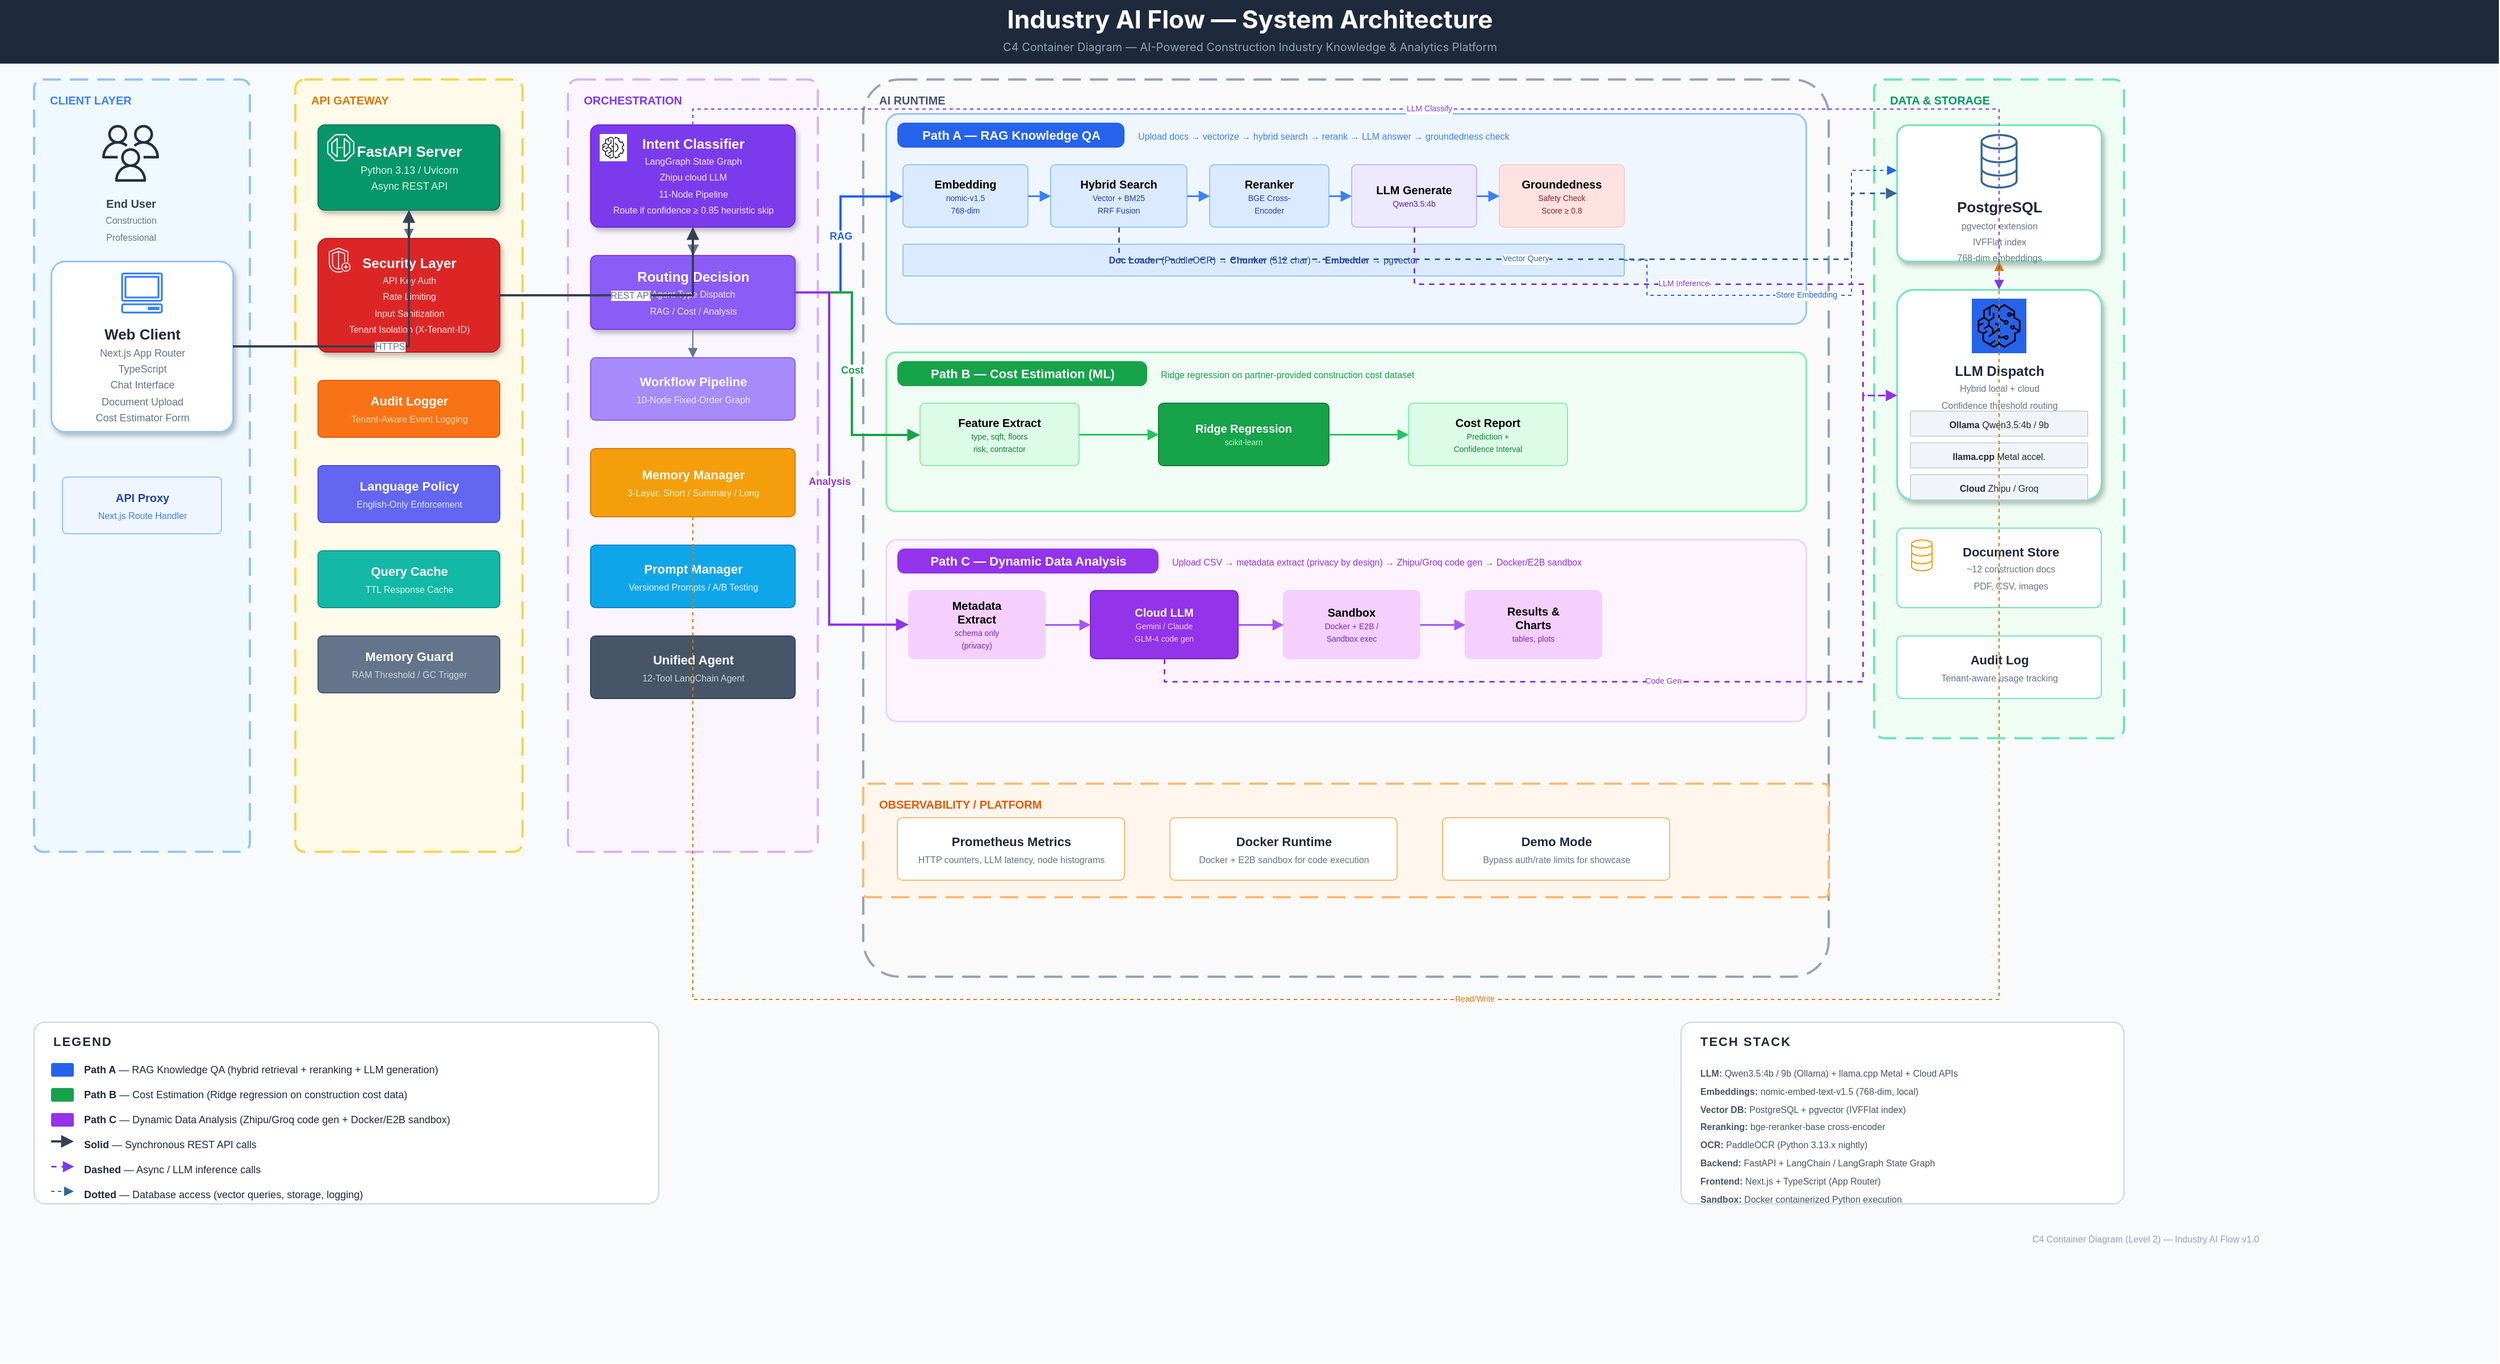
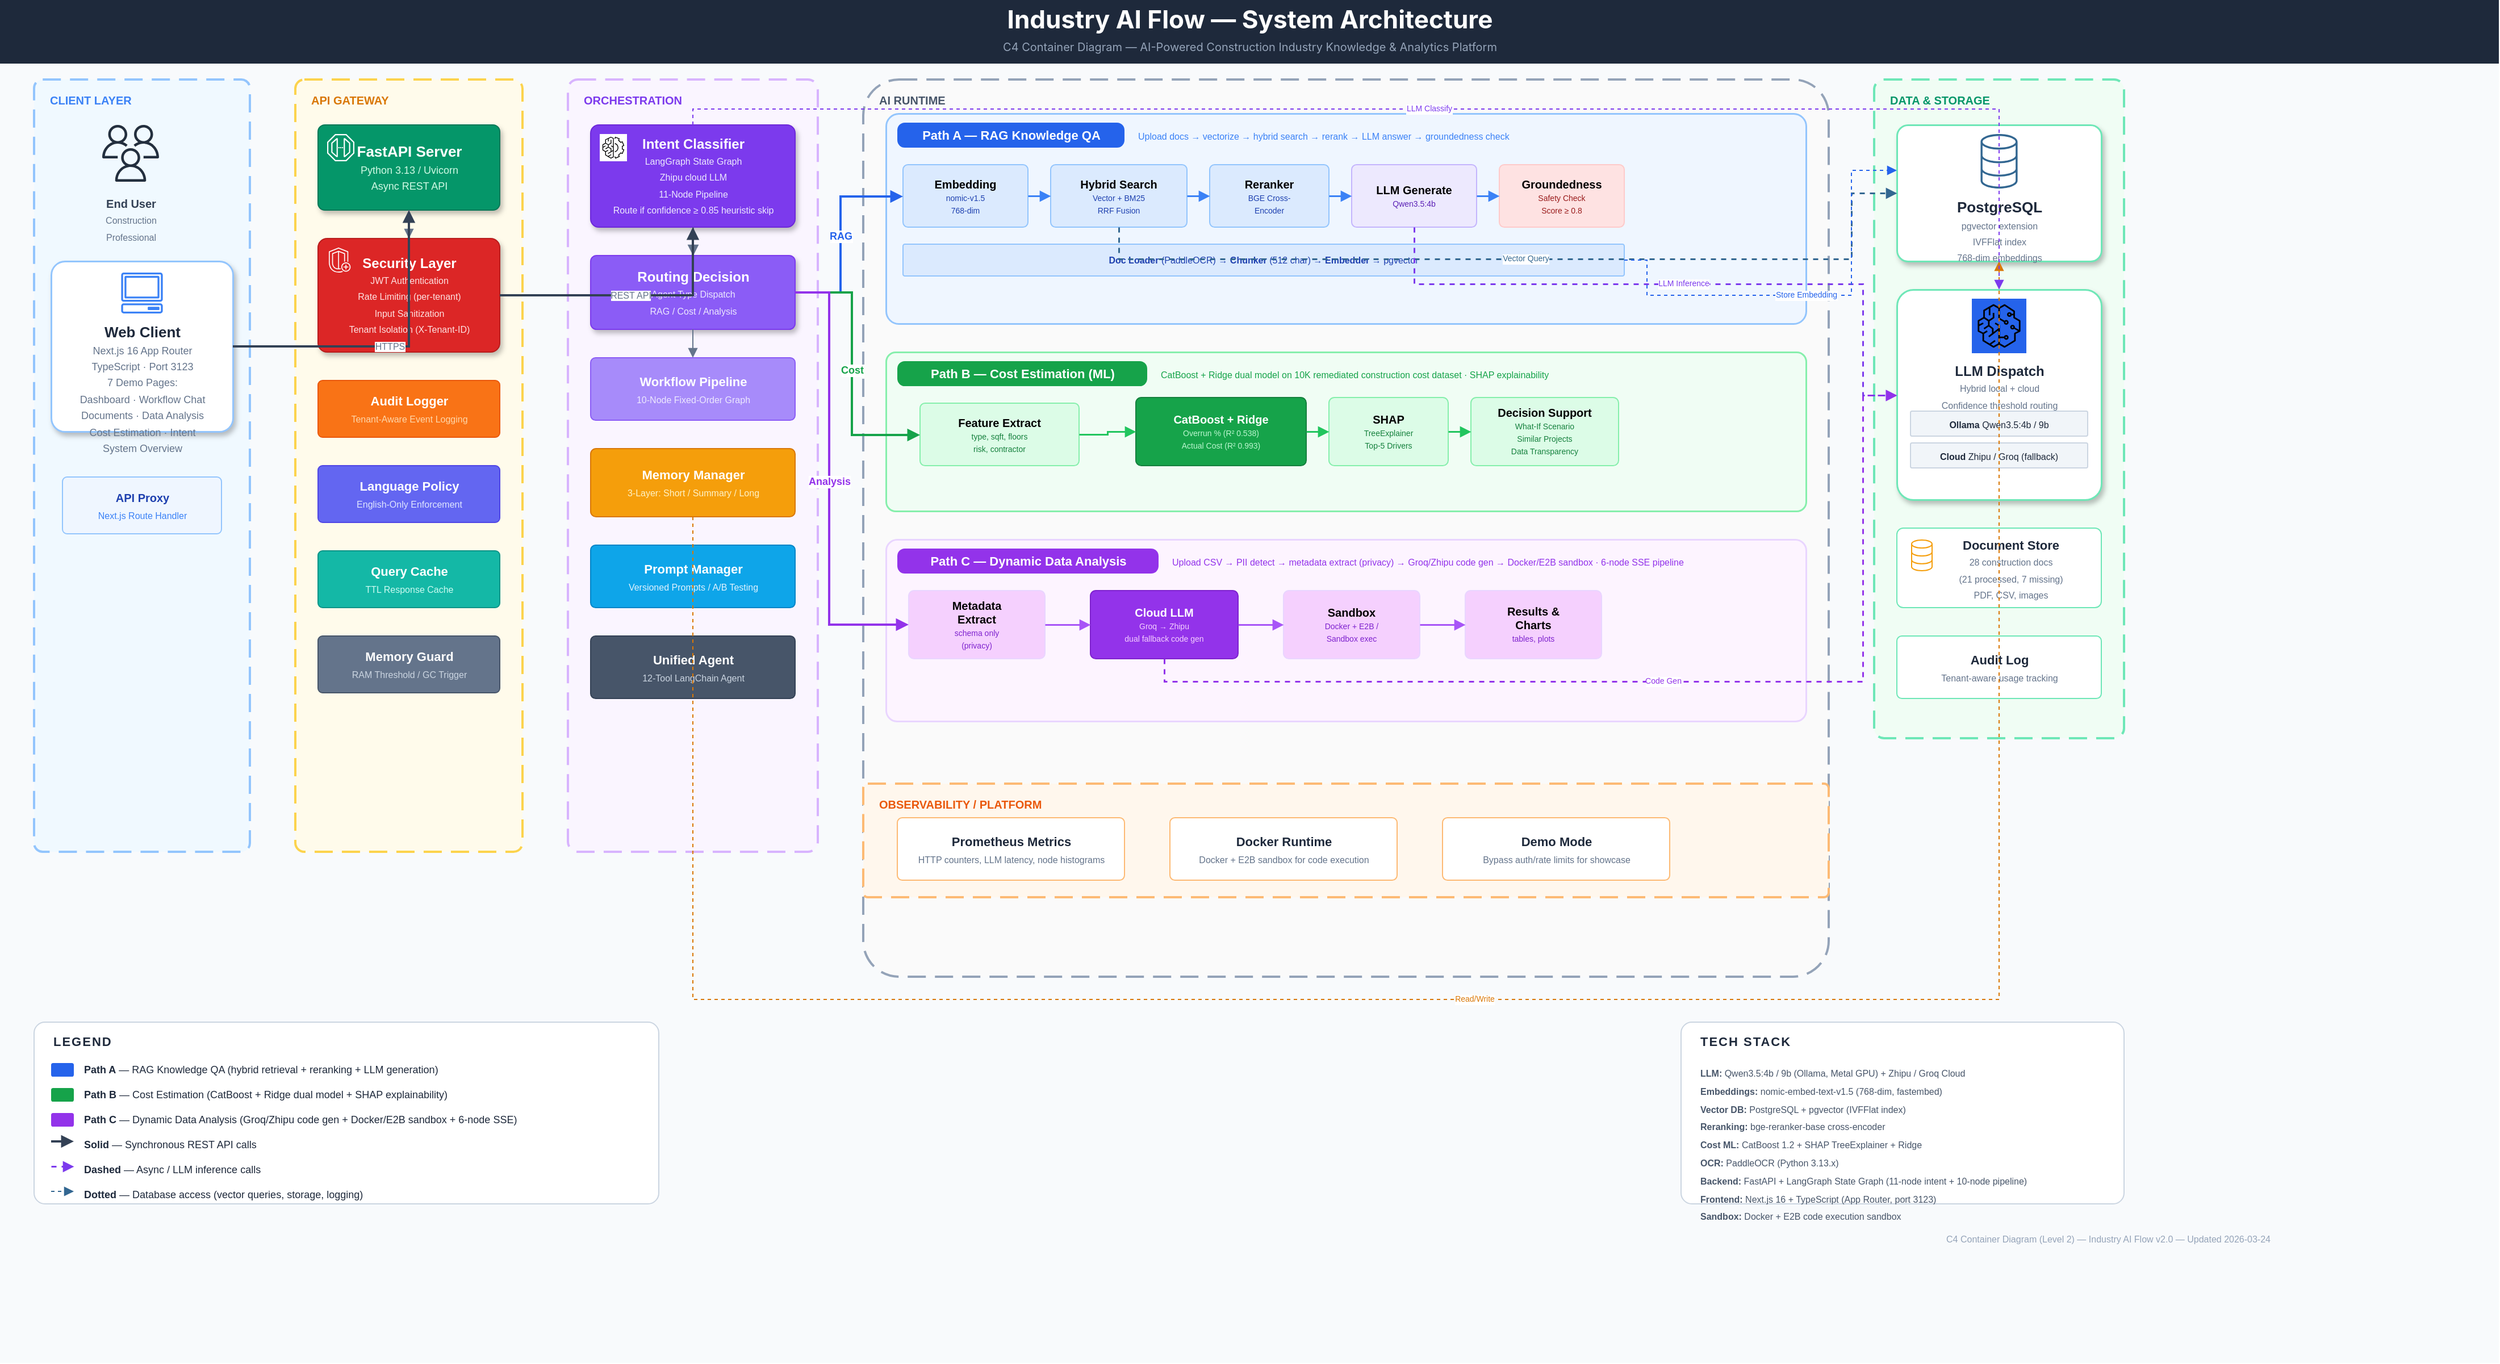
- <mxfile host="app.diagrams.net" modified="2026-03-04T18:00:00.000Z" agent="Claude Code" version="24.7.12" type="device">
+ <mxfile host="app.diagrams.net" modified="2026-03-24T02:50:00.000Z" agent="Claude Code" version="24.7.12" type="device">
  <diagram id="c4-container" name="C4 Container — System Architecture">
    <mxGraphModel dx="0" dy="0" grid="1" gridSize="10" guides="1" tooltips="1" connect="1" arrows="1" fold="1" page="1" pageScale="1" pageWidth="2200" pageHeight="1200" math="0" shadow="0">
      <root>
        <mxCell id="0"/>
        <mxCell id="1" parent="0"/>

        <!-- ===== BACKGROUND ===== -->
        <mxCell id="bg" value="" style="rounded=0;whiteSpace=wrap;html=1;fillColor=#F8FAFC;strokeColor=none;shadow=0;" vertex="1" parent="1">
          <mxGeometry x="0" y="0" width="2200" height="1200" as="geometry"/>
        </mxCell>

        <!-- ===== TITLE BAR ===== -->
        <mxCell id="title-bar" value="" style="rounded=0;whiteSpace=wrap;html=1;fillColor=#1E293B;strokeColor=none;" vertex="1" parent="1">
          <mxGeometry x="0" y="0" width="2200" height="56" as="geometry"/>
        </mxCell>
        <mxCell id="title" value="Industry AI Flow — System Architecture" style="text;html=1;strokeColor=none;fillColor=none;align=center;verticalAlign=middle;fontSize=22;fontStyle=1;fontColor=#FFFFFF;fontFamily=Inter,Helvetica;" vertex="1" parent="1">
          <mxGeometry x="500" y="2" width="1200" height="30" as="geometry"/>
        </mxCell>
        <mxCell id="subtitle" value="C4 Container Diagram — AI-Powered Construction Industry Knowledge &amp; Analytics Platform" style="text;html=1;strokeColor=none;fillColor=none;align=center;verticalAlign=middle;fontSize=10;fontColor=#94A3B8;fontFamily=Inter,Helvetica;" vertex="1" parent="1">
          <mxGeometry x="550" y="30" width="1100" height="20" as="geometry"/>
        </mxCell>

        <!-- ================================================================ -->
        <!-- CONTAINER 1: CLIENT LAYER                                        -->
        <!-- ================================================================ -->
        <mxCell id="c1-boundary" value="" style="rounded=1;whiteSpace=wrap;html=1;dashed=1;dashPattern=8 4;fillColor=#F0F9FF;strokeColor=#93C5FD;strokeWidth=2;arcSize=4;" vertex="1" parent="1">
          <mxGeometry x="30" y="70" width="190" height="680" as="geometry"/>
        </mxCell>
        <mxCell id="c1-label" value="CLIENT LAYER" style="text;html=1;strokeColor=none;fillColor=none;align=left;verticalAlign=top;fontSize=10;fontStyle=1;fontColor=#3B82F6;letterSpacing=2;" vertex="1" parent="1">
          <mxGeometry x="42" y="76" width="160" height="18" as="geometry"/>
        </mxCell>

        <!-- Person icon -->
        <mxCell id="person" value="" style="shape=mxgraph.aws4.users;fillColor=#232F3E;strokeColor=none;" vertex="1" parent="1">
          <mxGeometry x="90" y="110" width="50" height="50" as="geometry"/>
        </mxCell>
        <mxCell id="person-label" value="&lt;font style=&quot;font-size:10px;color:#334155&quot;&gt;&lt;b&gt;End User&lt;/b&gt;&lt;br&gt;&lt;font color=&quot;#64748B&quot; style=&quot;font-size:8px&quot;&gt;Construction&lt;br&gt;Professional&lt;/font&gt;&lt;/font&gt;" style="text;html=1;strokeColor=none;fillColor=none;align=center;verticalAlign=top;" vertex="1" parent="1">
          <mxGeometry x="55" y="165" width="120" height="40" as="geometry"/>
        </mxCell>

        <!-- Web Client -->
        <mxCell id="client-box" value="" style="rounded=1;whiteSpace=wrap;html=1;fillColor=#FFFFFF;strokeColor=#93C5FD;strokeWidth=1.5;arcSize=8;shadow=1;" vertex="1" parent="1">
          <mxGeometry x="45" y="230" width="160" height="150" as="geometry"/>
        </mxCell>
        <mxCell id="client-icon" value="" style="shape=mxgraph.aws4.client;fillColor=#3B82F6;strokeColor=none;" vertex="1" parent="1">
          <mxGeometry x="100" y="240" width="50" height="36" as="geometry"/>
        </mxCell>
-         <mxCell id="client-label" value="&lt;b style=&quot;font-size:13px;color:#1E293B&quot;&gt;Web Client&lt;/b&gt;&lt;br&gt;&lt;font style=&quot;font-size:9px;color:#64748B&quot;&gt;Next.js App Router&lt;br&gt;TypeScript&lt;br&gt;Chat Interface&lt;br&gt;Document Upload&lt;br&gt;Cost Estimator Form&lt;/font&gt;" style="text;html=1;strokeColor=none;fillColor=none;align=center;verticalAlign=top;" vertex="1" parent="1">
-           <mxGeometry x="50" y="280" width="150" height="90" as="geometry"/>
+         <mxCell id="client-label" value="&lt;b style=&quot;font-size:13px;color:#1E293B&quot;&gt;Web Client&lt;/b&gt;&lt;br&gt;&lt;font style=&quot;font-size:9px;color:#64748B&quot;&gt;Next.js 16 App Router&lt;br&gt;TypeScript · Port 3123&lt;br&gt;7 Demo Pages:&lt;br&gt;Dashboard · Workflow Chat&lt;br&gt;Documents · Data Analysis&lt;br&gt;Cost Estimation · Intent&lt;br&gt;System Overview&lt;/font&gt;" style="text;html=1;strokeColor=none;fillColor=none;align=center;verticalAlign=top;" vertex="1" parent="1">
+           <mxGeometry x="42" y="278" width="165" height="120" as="geometry"/>
        </mxCell>

        <!-- API Proxy -->
        <mxCell id="proxy-box" value="" style="rounded=1;whiteSpace=wrap;html=1;fillColor=#EFF6FF;strokeColor=#93C5FD;strokeWidth=1;arcSize=8;" vertex="1" parent="1">
          <mxGeometry x="55" y="420" width="140" height="50" as="geometry"/>
        </mxCell>
        <mxCell id="proxy-label" value="&lt;b style=&quot;font-size:10px;color:#1E40AF&quot;&gt;API Proxy&lt;/b&gt;&lt;br&gt;&lt;font style=&quot;font-size:8px;color:#3B82F6&quot;&gt;Next.js Route Handler&lt;/font&gt;" style="text;html=1;strokeColor=none;fillColor=none;align=center;verticalAlign=middle;" vertex="1" parent="1">
          <mxGeometry x="55" y="420" width="140" height="50" as="geometry"/>
        </mxCell>

        <!-- ================================================================ -->
        <!-- CONTAINER 2: API GATEWAY                                         -->
        <!-- ================================================================ -->
        <mxCell id="c2-boundary" value="" style="rounded=1;whiteSpace=wrap;html=1;dashed=1;dashPattern=8 4;fillColor=#FFFBEB;strokeColor=#FCD34D;strokeWidth=2;arcSize=4;" vertex="1" parent="1">
          <mxGeometry x="260" y="70" width="200" height="680" as="geometry"/>
        </mxCell>
        <mxCell id="c2-label" value="API GATEWAY" style="text;html=1;strokeColor=none;fillColor=none;align=left;verticalAlign=top;fontSize=10;fontStyle=1;fontColor=#D97706;letterSpacing=2;" vertex="1" parent="1">
          <mxGeometry x="272" y="76" width="160" height="18" as="geometry"/>
        </mxCell>

        <!-- FastAPI -->
        <mxCell id="fastapi-box" value="" style="rounded=1;whiteSpace=wrap;html=1;fillColor=#059669;strokeColor=#047857;strokeWidth=1;arcSize=8;shadow=1;" vertex="1" parent="1">
          <mxGeometry x="280" y="110" width="160" height="75" as="geometry"/>
        </mxCell>
        <mxCell id="fastapi-icon" value="" style="shape=mxgraph.aws4.endpoint;fillColor=#FFFFFF;strokeColor=none;" vertex="1" parent="1">
          <mxGeometry x="288" y="118" width="24" height="24" as="geometry"/>
        </mxCell>
        <mxCell id="fastapi-label" value="&lt;b style=&quot;color:#FFFFFF;font-size:13px&quot;&gt;FastAPI Server&lt;/b&gt;&lt;br&gt;&lt;font style=&quot;font-size:9px;color:#D1FAE5&quot;&gt;Python 3.13 / Uvicorn&lt;br&gt;Async REST API&lt;/font&gt;" style="text;html=1;strokeColor=none;fillColor=none;align=center;verticalAlign=middle;" vertex="1" parent="1">
          <mxGeometry x="280" y="118" width="160" height="60" as="geometry"/>
        </mxCell>

        <!-- Security Layer -->
        <mxCell id="sec-box" value="" style="rounded=1;whiteSpace=wrap;html=1;fillColor=#DC2626;strokeColor=#B91C1C;strokeWidth=1;arcSize=8;shadow=1;" vertex="1" parent="1">
          <mxGeometry x="280" y="210" width="160" height="100" as="geometry"/>
        </mxCell>
        <mxCell id="sec-icon" value="" style="shape=mxgraph.aws4.shield;fillColor=#FFFFFF;strokeColor=none;" vertex="1" parent="1">
          <mxGeometry x="288" y="218" width="22" height="22" as="geometry"/>
        </mxCell>
-         <mxCell id="sec-label" value="&lt;b style=&quot;color:#FFFFFF;font-size:12px&quot;&gt;Security Layer&lt;/b&gt;&lt;br&gt;&lt;font style=&quot;font-size:8px;color:#FEE2E2&quot;&gt;API Key Auth&lt;br&gt;Rate Limiting&lt;br&gt;Input Sanitization&lt;br&gt;Tenant Isolation (X-Tenant-ID)&lt;/font&gt;" style="text;html=1;strokeColor=none;fillColor=none;align=center;verticalAlign=middle;" vertex="1" parent="1">
+         <mxCell id="sec-label" value="&lt;b style=&quot;color:#FFFFFF;font-size:12px&quot;&gt;Security Layer&lt;/b&gt;&lt;br&gt;&lt;font style=&quot;font-size:8px;color:#FEE2E2&quot;&gt;JWT Authentication&lt;br&gt;Rate Limiting (per-tenant)&lt;br&gt;Input Sanitization&lt;br&gt;Tenant Isolation (X-Tenant-ID)&lt;/font&gt;" style="text;html=1;strokeColor=none;fillColor=none;align=center;verticalAlign=middle;" vertex="1" parent="1">
          <mxGeometry x="280" y="214" width="160" height="92" as="geometry"/>
        </mxCell>

        <!-- Audit Logger -->
        <mxCell id="audit-gw-box" value="" style="rounded=1;whiteSpace=wrap;html=1;fillColor=#F97316;strokeColor=#EA580C;strokeWidth=1;arcSize=8;" vertex="1" parent="1">
          <mxGeometry x="280" y="335" width="160" height="50" as="geometry"/>
        </mxCell>
        <mxCell id="audit-gw-label" value="&lt;b style=&quot;color:#FFFFFF;font-size:11px&quot;&gt;Audit Logger&lt;/b&gt;&lt;br&gt;&lt;font style=&quot;font-size:8px;color:#FED7AA&quot;&gt;Tenant-Aware Event Logging&lt;/font&gt;" style="text;html=1;strokeColor=none;fillColor=none;align=center;verticalAlign=middle;" vertex="1" parent="1">
          <mxGeometry x="280" y="335" width="160" height="50" as="geometry"/>
        </mxCell>

        <!-- Language Policy -->
        <mxCell id="lang-box" value="" style="rounded=1;whiteSpace=wrap;html=1;fillColor=#6366F1;strokeColor=#4F46E5;strokeWidth=1;arcSize=8;" vertex="1" parent="1">
          <mxGeometry x="280" y="410" width="160" height="50" as="geometry"/>
        </mxCell>
        <mxCell id="lang-label" value="&lt;b style=&quot;color:#FFFFFF;font-size:11px&quot;&gt;Language Policy&lt;/b&gt;&lt;br&gt;&lt;font style=&quot;font-size:8px;color:#E0E7FF&quot;&gt;English-Only Enforcement&lt;/font&gt;" style="text;html=1;strokeColor=none;fillColor=none;align=center;verticalAlign=middle;" vertex="1" parent="1">
          <mxGeometry x="280" y="410" width="160" height="50" as="geometry"/>
        </mxCell>

        <!-- Query Cache -->
        <mxCell id="cache-gw-box" value="" style="rounded=1;whiteSpace=wrap;html=1;fillColor=#14B8A6;strokeColor=#0D9488;strokeWidth=1;arcSize=8;" vertex="1" parent="1">
          <mxGeometry x="280" y="485" width="160" height="50" as="geometry"/>
        </mxCell>
        <mxCell id="cache-gw-label" value="&lt;b style=&quot;color:#FFFFFF;font-size:11px&quot;&gt;Query Cache&lt;/b&gt;&lt;br&gt;&lt;font style=&quot;font-size:8px;color:#CCFBF1&quot;&gt;TTL Response Cache&lt;/font&gt;" style="text;html=1;strokeColor=none;fillColor=none;align=center;verticalAlign=middle;" vertex="1" parent="1">
          <mxGeometry x="280" y="485" width="160" height="50" as="geometry"/>
        </mxCell>

        <!-- Memory Guard -->
        <mxCell id="memguard-box" value="" style="rounded=1;whiteSpace=wrap;html=1;fillColor=#64748B;strokeColor=#475569;strokeWidth=1;arcSize=8;" vertex="1" parent="1">
          <mxGeometry x="280" y="560" width="160" height="50" as="geometry"/>
        </mxCell>
        <mxCell id="memguard-label" value="&lt;b style=&quot;color:#FFFFFF;font-size:11px&quot;&gt;Memory Guard&lt;/b&gt;&lt;br&gt;&lt;font style=&quot;font-size:8px;color:#CBD5E1&quot;&gt;RAM Threshold / GC Trigger&lt;/font&gt;" style="text;html=1;strokeColor=none;fillColor=none;align=center;verticalAlign=middle;" vertex="1" parent="1">
          <mxGeometry x="280" y="560" width="160" height="50" as="geometry"/>
        </mxCell>

        <!-- Gateway internal arrows -->
        <mxCell id="gw-a1" style="edgeStyle=orthogonalEdgeStyle;orthogonalLoop=1;html=1;endArrow=block;endFill=1;strokeColor=#64748B;strokeWidth=1;rounded=0;" edge="1" parent="1" source="fastapi-box" target="sec-box">
          <mxGeometry relative="1" as="geometry"/>
        </mxCell>

        <!-- ================================================================ -->
        <!-- CONTAINER 3: ORCHESTRATION LAYER                                 -->
        <!-- ================================================================ -->
        <mxCell id="c3-boundary" value="" style="rounded=1;whiteSpace=wrap;html=1;dashed=1;dashPattern=8 4;fillColor=#FAF5FF;strokeColor=#D8B4FE;strokeWidth=2;arcSize=4;" vertex="1" parent="1">
          <mxGeometry x="500" y="70" width="220" height="680" as="geometry"/>
        </mxCell>
        <mxCell id="c3-label" value="ORCHESTRATION" style="text;html=1;strokeColor=none;fillColor=none;align=left;verticalAlign=top;fontSize=10;fontStyle=1;fontColor=#7C3AED;letterSpacing=2;" vertex="1" parent="1">
          <mxGeometry x="512" y="76" width="180" height="18" as="geometry"/>
        </mxCell>

        <!-- Intent Classifier -->
        <mxCell id="intent-box" value="" style="rounded=1;whiteSpace=wrap;html=1;fillColor=#7C3AED;strokeColor=#6D28D9;strokeWidth=1;arcSize=8;shadow=1;" vertex="1" parent="1">
          <mxGeometry x="520" y="110" width="180" height="90" as="geometry"/>
        </mxCell>
        <mxCell id="intent-icon" value="" style="shape=mxgraph.aws4.resourceIcon;resIcon=mxgraph.aws4.machine_learning;fillColor=#FFFFFF;strokeColor=none;" vertex="1" parent="1">
          <mxGeometry x="528" y="118" width="24" height="24" as="geometry"/>
        </mxCell>
        <mxCell id="intent-label" value="&lt;b style=&quot;color:#FFFFFF;font-size:12px&quot;&gt;Intent Classifier&lt;/b&gt;&lt;br&gt;&lt;font style=&quot;font-size:8px;color:#EDE9FE&quot;&gt;LangGraph State Graph&lt;br&gt;Zhipu cloud LLM&lt;br&gt;11-Node Pipeline&lt;br&gt;Route if confidence &amp;ge; 0.85 heuristic skip&lt;/font&gt;" style="text;html=1;strokeColor=none;fillColor=none;align=center;verticalAlign=middle;" vertex="1" parent="1">
          <mxGeometry x="520" y="115" width="180" height="80" as="geometry"/>
        </mxCell>

        <!-- Routing Decision -->
        <mxCell id="route-box" value="" style="rounded=1;whiteSpace=wrap;html=1;fillColor=#8B5CF6;strokeColor=#7C3AED;strokeWidth=1;arcSize=8;shadow=1;" vertex="1" parent="1">
          <mxGeometry x="520" y="225" width="180" height="65" as="geometry"/>
        </mxCell>
        <mxCell id="route-label" value="&lt;b style=&quot;color:#FFFFFF;font-size:12px&quot;&gt;Routing Decision&lt;/b&gt;&lt;br&gt;&lt;font style=&quot;font-size:8px;color:#EDE9FE&quot;&gt;Agent Type Dispatch&lt;br&gt;RAG / Cost / Analysis&lt;/font&gt;" style="text;html=1;strokeColor=none;fillColor=none;align=center;verticalAlign=middle;" vertex="1" parent="1">
          <mxGeometry x="520" y="225" width="180" height="65" as="geometry"/>
        </mxCell>

        <!-- Workflow Pipeline -->
        <mxCell id="workflow-box" value="" style="rounded=1;whiteSpace=wrap;html=1;fillColor=#A78BFA;strokeColor=#8B5CF6;strokeWidth=1;arcSize=8;" vertex="1" parent="1">
          <mxGeometry x="520" y="315" width="180" height="55" as="geometry"/>
        </mxCell>
        <mxCell id="workflow-label" value="&lt;b style=&quot;color:#FFFFFF;font-size:11px&quot;&gt;Workflow Pipeline&lt;/b&gt;&lt;br&gt;&lt;font style=&quot;font-size:8px;color:#EDE9FE&quot;&gt;10-Node Fixed-Order Graph&lt;/font&gt;" style="text;html=1;strokeColor=none;fillColor=none;align=center;verticalAlign=middle;" vertex="1" parent="1">
          <mxGeometry x="520" y="315" width="180" height="55" as="geometry"/>
        </mxCell>

        <!-- Memory Manager -->
        <mxCell id="mem-box" value="" style="rounded=1;whiteSpace=wrap;html=1;fillColor=#F59E0B;strokeColor=#D97706;strokeWidth=1;arcSize=8;" vertex="1" parent="1">
          <mxGeometry x="520" y="395" width="180" height="60" as="geometry"/>
        </mxCell>
        <mxCell id="mem-label" value="&lt;b style=&quot;color:#FFFFFF;font-size:11px&quot;&gt;Memory Manager&lt;/b&gt;&lt;br&gt;&lt;font style=&quot;font-size:8px;color:#FEF3C7&quot;&gt;3-Layer: Short / Summary / Long&lt;/font&gt;" style="text;html=1;strokeColor=none;fillColor=none;align=center;verticalAlign=middle;" vertex="1" parent="1">
          <mxGeometry x="520" y="395" width="180" height="60" as="geometry"/>
        </mxCell>

        <!-- Prompt Manager -->
        <mxCell id="prompt-box" value="" style="rounded=1;whiteSpace=wrap;html=1;fillColor=#0EA5E9;strokeColor=#0284C7;strokeWidth=1;arcSize=8;" vertex="1" parent="1">
          <mxGeometry x="520" y="480" width="180" height="55" as="geometry"/>
        </mxCell>
        <mxCell id="prompt-label" value="&lt;b style=&quot;color:#FFFFFF;font-size:11px&quot;&gt;Prompt Manager&lt;/b&gt;&lt;br&gt;&lt;font style=&quot;font-size:8px;color:#E0F2FE&quot;&gt;Versioned Prompts / A/B Testing&lt;/font&gt;" style="text;html=1;strokeColor=none;fillColor=none;align=center;verticalAlign=middle;" vertex="1" parent="1">
          <mxGeometry x="520" y="480" width="180" height="55" as="geometry"/>
        </mxCell>

        <!-- Unified Agent -->
        <mxCell id="agent-box" value="" style="rounded=1;whiteSpace=wrap;html=1;fillColor=#475569;strokeColor=#334155;strokeWidth=1;arcSize=8;" vertex="1" parent="1">
          <mxGeometry x="520" y="560" width="180" height="55" as="geometry"/>
        </mxCell>
        <mxCell id="agent-label" value="&lt;b style=&quot;color:#FFFFFF;font-size:11px&quot;&gt;Unified Agent&lt;/b&gt;&lt;br&gt;&lt;font style=&quot;font-size:8px;color:#CBD5E1&quot;&gt;12-Tool LangChain Agent&lt;/font&gt;" style="text;html=1;strokeColor=none;fillColor=none;align=center;verticalAlign=middle;" vertex="1" parent="1">
          <mxGeometry x="520" y="560" width="180" height="55" as="geometry"/>
        </mxCell>

        <!-- Orchestration internal arrows -->
        <mxCell id="orch-a1" style="edgeStyle=orthogonalEdgeStyle;orthogonalLoop=1;html=1;endArrow=block;endFill=1;strokeColor=#64748B;strokeWidth=1.5;rounded=0;" edge="1" parent="1" source="intent-box" target="route-box">
          <mxGeometry relative="1" as="geometry"/>
        </mxCell>
        <mxCell id="orch-a2" style="edgeStyle=orthogonalEdgeStyle;orthogonalLoop=1;html=1;endArrow=block;endFill=1;strokeColor=#64748B;strokeWidth=1;rounded=0;" edge="1" parent="1" source="route-box" target="workflow-box">
          <mxGeometry relative="1" as="geometry"/>
        </mxCell>

        <!-- ================================================================ -->
        <!-- CONTAINER 4: AI RUNTIME LAYER                                    -->
        <!-- ================================================================ -->
        <mxCell id="c4-boundary" value="" style="rounded=1;whiteSpace=wrap;html=1;dashed=1;dashPattern=8 4;fillColor=#FAFAFA;strokeColor=#94A3B8;strokeWidth=2;arcSize=4;" vertex="1" parent="1">
          <mxGeometry x="760" y="70" width="850" height="790" as="geometry"/>
        </mxCell>
        <mxCell id="c4-label" value="AI RUNTIME" style="text;html=1;strokeColor=none;fillColor=none;align=left;verticalAlign=top;fontSize=10;fontStyle=1;fontColor=#475569;letterSpacing=2;" vertex="1" parent="1">
          <mxGeometry x="772" y="76" width="120" height="18" as="geometry"/>
        </mxCell>

        <!-- ============================================================ -->
        <!-- PATH A: RAG Knowledge QA (Blue)                              -->
        <!-- ============================================================ -->
        <mxCell id="rag-container" value="" style="rounded=1;whiteSpace=wrap;html=1;fillColor=#EFF6FF;strokeColor=#93C5FD;strokeWidth=1.5;arcSize=6;" vertex="1" parent="1">
          <mxGeometry x="780" y="100" width="810" height="185" as="geometry"/>
        </mxCell>
        <mxCell id="rag-badge" value="&lt;b style=&quot;color:#FFFFFF;font-size:11px&quot;&gt;Path A — RAG Knowledge QA&lt;/b&gt;" style="text;html=1;strokeColor=none;fillColor=#2563EB;align=center;verticalAlign=middle;rounded=1;arcSize=30;spacingLeft=8;spacingRight=8;" vertex="1" parent="1">
          <mxGeometry x="790" y="108" width="200" height="22" as="geometry"/>
        </mxCell>
        <mxCell id="rag-desc" value="&lt;font style=&quot;font-size:8px;color:#3B82F6&quot;&gt;Upload docs → vectorize → hybrid search → rerank → LLM answer → groundedness check&lt;/font&gt;" style="text;html=1;strokeColor=none;fillColor=none;align=left;verticalAlign=middle;" vertex="1" parent="1">
          <mxGeometry x="1000" y="108" width="460" height="22" as="geometry"/>
        </mxCell>

        <!-- RAG Components -->
        <mxCell id="rag-embed" value="&lt;b style=&quot;font-size:10px&quot;&gt;Embedding&lt;/b&gt;&lt;br&gt;&lt;font style=&quot;font-size:7px;color:#1E40AF&quot;&gt;nomic-v1.5&lt;br&gt;768-dim&lt;/font&gt;" style="rounded=1;whiteSpace=wrap;html=1;fillColor=#DBEAFE;strokeColor=#93C5FD;strokeWidth=1;fontSize=9;arcSize=8;" vertex="1" parent="1">
          <mxGeometry x="795" y="145" width="110" height="55" as="geometry"/>
        </mxCell>
        <mxCell id="rag-search" value="&lt;b style=&quot;font-size:10px&quot;&gt;Hybrid Search&lt;/b&gt;&lt;br&gt;&lt;font style=&quot;font-size:7px;color:#1E40AF&quot;&gt;Vector + BM25&lt;br&gt;RRF Fusion&lt;/font&gt;" style="rounded=1;whiteSpace=wrap;html=1;fillColor=#DBEAFE;strokeColor=#93C5FD;strokeWidth=1;fontSize=9;arcSize=8;" vertex="1" parent="1">
          <mxGeometry x="925" y="145" width="120" height="55" as="geometry"/>
        </mxCell>
        <mxCell id="rag-rerank" value="&lt;b style=&quot;font-size:10px&quot;&gt;Reranker&lt;/b&gt;&lt;br&gt;&lt;font style=&quot;font-size:7px;color:#1E40AF&quot;&gt;BGE Cross-&lt;br&gt;Encoder&lt;/font&gt;" style="rounded=1;whiteSpace=wrap;html=1;fillColor=#DBEAFE;strokeColor=#93C5FD;strokeWidth=1;fontSize=9;arcSize=8;" vertex="1" parent="1">
          <mxGeometry x="1065" y="145" width="105" height="55" as="geometry"/>
        </mxCell>
        <mxCell id="rag-llm" value="&lt;b style=&quot;font-size:10px&quot;&gt;LLM Generate&lt;/b&gt;&lt;br&gt;&lt;font style=&quot;font-size:7px;color:#5B21B6&quot;&gt;Qwen3.5:4b&lt;/font&gt;" style="rounded=1;whiteSpace=wrap;html=1;fillColor=#EDE9FE;strokeColor=#C4B5FD;strokeWidth=1;fontSize=9;arcSize=8;" vertex="1" parent="1">
          <mxGeometry x="1190" y="145" width="110" height="55" as="geometry"/>
        </mxCell>
        <mxCell id="rag-safety" value="&lt;b style=&quot;font-size:10px&quot;&gt;Groundedness&lt;/b&gt;&lt;br&gt;&lt;font style=&quot;font-size:7px;color:#991B1B&quot;&gt;Safety Check&lt;br&gt;Score &amp;ge; 0.8&lt;/font&gt;" style="rounded=1;whiteSpace=wrap;html=1;fillColor=#FEE2E2;strokeColor=#FECACA;strokeWidth=1;fontSize=9;arcSize=8;" vertex="1" parent="1">
          <mxGeometry x="1320" y="145" width="110" height="55" as="geometry"/>
        </mxCell>
        <!-- Document Ingestion sub-row -->
        <mxCell id="rag-ingest" value="&lt;font style=&quot;font-size:8px;color:#1E40AF&quot;&gt;&lt;b&gt;Doc Loader&lt;/b&gt; (PaddleOCR) → &lt;b&gt;Chunker&lt;/b&gt; (512 char) → &lt;b&gt;Embedder&lt;/b&gt; → pgvector&lt;/font&gt;" style="rounded=1;whiteSpace=wrap;html=1;fillColor=#DBEAFE;strokeColor=#93C5FD;strokeWidth=1;arcSize=6;fontSize=8;" vertex="1" parent="1">
          <mxGeometry x="795" y="215" width="635" height="28" as="geometry"/>
        </mxCell>
        <!-- RAG arrows -->
        <mxCell id="ra1" style="edgeStyle=orthogonalEdgeStyle;orthogonalLoop=1;html=1;endArrow=block;endFill=1;strokeColor=#3B82F6;strokeWidth=1.5;rounded=0;" edge="1" parent="1" source="rag-embed" target="rag-search">
          <mxGeometry relative="1" as="geometry"/>
        </mxCell>
        <mxCell id="ra2" style="edgeStyle=orthogonalEdgeStyle;orthogonalLoop=1;html=1;endArrow=block;endFill=1;strokeColor=#3B82F6;strokeWidth=1.5;rounded=0;" edge="1" parent="1" source="rag-search" target="rag-rerank">
          <mxGeometry relative="1" as="geometry"/>
        </mxCell>
        <mxCell id="ra3" style="edgeStyle=orthogonalEdgeStyle;orthogonalLoop=1;html=1;endArrow=block;endFill=1;strokeColor=#3B82F6;strokeWidth=1.5;rounded=0;" edge="1" parent="1" source="rag-rerank" target="rag-llm">
          <mxGeometry relative="1" as="geometry"/>
        </mxCell>
        <mxCell id="ra4" style="edgeStyle=orthogonalEdgeStyle;orthogonalLoop=1;html=1;endArrow=block;endFill=1;strokeColor=#3B82F6;strokeWidth=1.5;rounded=0;" edge="1" parent="1" source="rag-llm" target="rag-safety">
          <mxGeometry relative="1" as="geometry"/>
        </mxCell>

        <!-- ============================================================ -->
        <!-- PATH B: Cost Estimation (Green)                              -->
        <!-- ============================================================ -->
        <mxCell id="cost-container" value="" style="rounded=1;whiteSpace=wrap;html=1;fillColor=#F0FDF4;strokeColor=#86EFAC;strokeWidth=1.5;arcSize=6;" vertex="1" parent="1">
          <mxGeometry x="780" y="310" width="810" height="140" as="geometry"/>
        </mxCell>
        <mxCell id="cost-badge" value="&lt;b style=&quot;color:#FFFFFF;font-size:11px&quot;&gt;Path B — Cost Estimation (ML)&lt;/b&gt;" style="text;html=1;strokeColor=none;fillColor=#16A34A;align=center;verticalAlign=middle;rounded=1;arcSize=30;spacingLeft=8;spacingRight=8;" vertex="1" parent="1">
          <mxGeometry x="790" y="318" width="220" height="22" as="geometry"/>
        </mxCell>
-         <mxCell id="cost-desc" value="&lt;font style=&quot;font-size:8px;color:#16A34A&quot;&gt;Ridge regression on partner-provided construction cost dataset&lt;/font&gt;" style="text;html=1;strokeColor=none;fillColor=none;align=left;verticalAlign=middle;" vertex="1" parent="1">
-           <mxGeometry x="1020" y="318" width="380" height="22" as="geometry"/>
+         <mxCell id="cost-desc" value="&lt;font style=&quot;font-size:8px;color:#16A34A&quot;&gt;CatBoost + Ridge dual model on 10K remediated construction cost dataset · SHAP explainability&lt;/font&gt;" style="text;html=1;strokeColor=none;fillColor=none;align=left;verticalAlign=middle;" vertex="1" parent="1">
+           <mxGeometry x="1020" y="318" width="540" height="22" as="geometry"/>
        </mxCell>

        <!-- Cost Components -->
        <mxCell id="cost-feat" value="&lt;b style=&quot;font-size:10px&quot;&gt;Feature Extract&lt;/b&gt;&lt;br&gt;&lt;font style=&quot;font-size:7px;color:#15803D&quot;&gt;type, sqft, floors&lt;br&gt;risk, contractor&lt;/font&gt;" style="rounded=1;whiteSpace=wrap;html=1;fillColor=#DCFCE7;strokeColor=#86EFAC;strokeWidth=1;fontSize=9;arcSize=8;" vertex="1" parent="1">
          <mxGeometry x="810" y="355" width="140" height="55" as="geometry"/>
        </mxCell>
-         <mxCell id="cost-model" value="&lt;b style=&quot;font-size:10px;color:#FFFFFF&quot;&gt;Ridge Regression&lt;/b&gt;&lt;br&gt;&lt;font style=&quot;font-size:7px;color:#BBF7D0&quot;&gt;scikit-learn&lt;/font&gt;" style="rounded=1;whiteSpace=wrap;html=1;fillColor=#16A34A;strokeColor=#15803D;strokeWidth=1;fontSize=9;arcSize=8;" vertex="1" parent="1">
-           <mxGeometry x="1020" y="355" width="150" height="55" as="geometry"/>
-         </mxCell>
-         <mxCell id="cost-result" value="&lt;b style=&quot;font-size:10px&quot;&gt;Cost Report&lt;/b&gt;&lt;br&gt;&lt;font style=&quot;font-size:7px;color:#15803D&quot;&gt;Prediction +&lt;br&gt;Confidence Interval&lt;/font&gt;" style="rounded=1;whiteSpace=wrap;html=1;fillColor=#DCFCE7;strokeColor=#86EFAC;strokeWidth=1;fontSize=9;arcSize=8;" vertex="1" parent="1">
-           <mxGeometry x="1240" y="355" width="140" height="55" as="geometry"/>
+         <mxCell id="cost-model" value="&lt;b style=&quot;font-size:10px;color:#FFFFFF&quot;&gt;CatBoost + Ridge&lt;/b&gt;&lt;br&gt;&lt;font style=&quot;font-size:7px;color:#BBF7D0&quot;&gt;Overrun % (R² 0.538)&lt;br&gt;Actual Cost (R² 0.993)&lt;/font&gt;" style="rounded=1;whiteSpace=wrap;html=1;fillColor=#16A34A;strokeColor=#15803D;strokeWidth=1;fontSize=9;arcSize=8;" vertex="1" parent="1">
+           <mxGeometry x="1000" y="350" width="150" height="60" as="geometry"/>
+         </mxCell>
+         <mxCell id="cost-shap" value="&lt;b style=&quot;font-size:10px&quot;&gt;SHAP&lt;/b&gt;&lt;br&gt;&lt;font style=&quot;font-size:7px;color:#15803D&quot;&gt;TreeExplainer&lt;br&gt;Top-5 Drivers&lt;/font&gt;" style="rounded=1;whiteSpace=wrap;html=1;fillColor=#DCFCE7;strokeColor=#86EFAC;strokeWidth=1;fontSize=9;arcSize=8;" vertex="1" parent="1">
+           <mxGeometry x="1170" y="350" width="105" height="60" as="geometry"/>
+         </mxCell>
+         <mxCell id="cost-result" value="&lt;b style=&quot;font-size:10px&quot;&gt;Decision Support&lt;/b&gt;&lt;br&gt;&lt;font style=&quot;font-size:7px;color:#15803D&quot;&gt;What-If Scenario&lt;br&gt;Similar Projects&lt;br&gt;Data Transparency&lt;/font&gt;" style="rounded=1;whiteSpace=wrap;html=1;fillColor=#DCFCE7;strokeColor=#86EFAC;strokeWidth=1;fontSize=9;arcSize=8;" vertex="1" parent="1">
+           <mxGeometry x="1295" y="350" width="130" height="60" as="geometry"/>
        </mxCell>
        <!-- Cost arrows -->
        <mxCell id="ca1" style="edgeStyle=orthogonalEdgeStyle;orthogonalLoop=1;html=1;endArrow=block;endFill=1;strokeColor=#22C55E;strokeWidth=1.5;rounded=0;" edge="1" parent="1" source="cost-feat" target="cost-model">
          <mxGeometry relative="1" as="geometry"/>
        </mxCell>
-         <mxCell id="ca2" style="edgeStyle=orthogonalEdgeStyle;orthogonalLoop=1;html=1;endArrow=block;endFill=1;strokeColor=#22C55E;strokeWidth=1.5;rounded=0;" edge="1" parent="1" source="cost-model" target="cost-result">
+         <mxCell id="ca2" style="edgeStyle=orthogonalEdgeStyle;orthogonalLoop=1;html=1;endArrow=block;endFill=1;strokeColor=#22C55E;strokeWidth=1.5;rounded=0;" edge="1" parent="1" source="cost-model" target="cost-shap">
+           <mxGeometry relative="1" as="geometry"/>
+         </mxCell>
+         <mxCell id="ca3" style="edgeStyle=orthogonalEdgeStyle;orthogonalLoop=1;html=1;endArrow=block;endFill=1;strokeColor=#22C55E;strokeWidth=1.5;rounded=0;" edge="1" parent="1" source="cost-shap" target="cost-result">
          <mxGeometry relative="1" as="geometry"/>
        </mxCell>

        <!-- ============================================================ -->
        <!-- PATH C: Dynamic Data Analysis (Purple)                       -->
        <!-- ============================================================ -->
        <mxCell id="data-container" value="" style="rounded=1;whiteSpace=wrap;html=1;fillColor=#FDF4FF;strokeColor=#E9D5FF;strokeWidth=1.5;arcSize=6;" vertex="1" parent="1">
          <mxGeometry x="780" y="475" width="810" height="160" as="geometry"/>
        </mxCell>
        <mxCell id="data-badge" value="&lt;b style=&quot;color:#FFFFFF;font-size:11px&quot;&gt;Path C — Dynamic Data Analysis&lt;/b&gt;" style="text;html=1;strokeColor=none;fillColor=#9333EA;align=center;verticalAlign=middle;rounded=1;arcSize=30;spacingLeft=8;spacingRight=8;" vertex="1" parent="1">
          <mxGeometry x="790" y="483" width="230" height="22" as="geometry"/>
        </mxCell>
-         <mxCell id="data-desc" value="&lt;font style=&quot;font-size:8px;color:#9333EA&quot;&gt;Upload CSV → metadata extract (privacy by design) → Zhipu/Groq code gen → Docker/E2B sandbox&lt;/font&gt;" style="text;html=1;strokeColor=none;fillColor=none;align=left;verticalAlign=middle;" vertex="1" parent="1">
-           <mxGeometry x="1030" y="483" width="440" height="22" as="geometry"/>
+         <mxCell id="data-desc" value="&lt;font style=&quot;font-size:8px;color:#9333EA&quot;&gt;Upload CSV → PII detect → metadata extract (privacy) → Groq/Zhipu code gen → Docker/E2B sandbox · 6-node SSE pipeline&lt;/font&gt;" style="text;html=1;strokeColor=none;fillColor=none;align=left;verticalAlign=middle;" vertex="1" parent="1">
+           <mxGeometry x="1030" y="483" width="540" height="22" as="geometry"/>
        </mxCell>

        <!-- Data Analysis Components -->
        <mxCell id="data-meta" value="&lt;b style=&quot;font-size:10px&quot;&gt;Metadata&lt;br&gt;Extract&lt;/b&gt;&lt;br&gt;&lt;font style=&quot;font-size:7px;color:#7E22CE&quot;&gt;schema only&lt;br&gt;(privacy)&lt;/font&gt;" style="rounded=1;whiteSpace=wrap;html=1;fillColor=#F5D0FE;strokeColor=#E9D5FF;strokeWidth=1;fontSize=9;arcSize=8;" vertex="1" parent="1">
          <mxGeometry x="800" y="520" width="120" height="60" as="geometry"/>
        </mxCell>
-         <mxCell id="data-cloud" value="&lt;b style=&quot;font-size:10px;color:#FFFFFF&quot;&gt;Cloud LLM&lt;/b&gt;&lt;br&gt;&lt;font style=&quot;font-size:7px;color:#F5D0FE&quot;&gt;Gemini / Claude&lt;br&gt;GLM-4 code gen&lt;/font&gt;" style="rounded=1;whiteSpace=wrap;html=1;fillColor=#9333EA;strokeColor=#7E22CE;strokeWidth=1;fontSize=9;arcSize=8;" vertex="1" parent="1">
+         <mxCell id="data-cloud" value="&lt;b style=&quot;font-size:10px;color:#FFFFFF&quot;&gt;Cloud LLM&lt;/b&gt;&lt;br&gt;&lt;font style=&quot;font-size:7px;color:#F5D0FE&quot;&gt;Groq → Zhipu&lt;br&gt;dual fallback code gen&lt;/font&gt;" style="rounded=1;whiteSpace=wrap;html=1;fillColor=#9333EA;strokeColor=#7E22CE;strokeWidth=1;fontSize=9;arcSize=8;" vertex="1" parent="1">
          <mxGeometry x="960" y="520" width="130" height="60" as="geometry"/>
        </mxCell>
        <mxCell id="data-sandbox" value="&lt;b style=&quot;font-size:10px&quot;&gt;Sandbox&lt;/b&gt;&lt;br&gt;&lt;font style=&quot;font-size:7px;color:#7E22CE&quot;&gt;Docker + E2B /&lt;br&gt;Sandbox exec&lt;/font&gt;" style="rounded=1;whiteSpace=wrap;html=1;fillColor=#F5D0FE;strokeColor=#E9D5FF;strokeWidth=1;fontSize=9;arcSize=8;" vertex="1" parent="1">
          <mxGeometry x="1130" y="520" width="120" height="60" as="geometry"/>
        </mxCell>
        <mxCell id="data-viz" value="&lt;b style=&quot;font-size:10px&quot;&gt;Results &amp;amp;&lt;br&gt;Charts&lt;/b&gt;&lt;br&gt;&lt;font style=&quot;font-size:7px;color:#7E22CE&quot;&gt;tables, plots&lt;/font&gt;" style="rounded=1;whiteSpace=wrap;html=1;fillColor=#F5D0FE;strokeColor=#E9D5FF;strokeWidth=1;fontSize=9;arcSize=8;" vertex="1" parent="1">
          <mxGeometry x="1290" y="520" width="120" height="60" as="geometry"/>
        </mxCell>
        <!-- Data Analysis arrows -->
        <mxCell id="da1" style="edgeStyle=orthogonalEdgeStyle;orthogonalLoop=1;html=1;endArrow=block;endFill=1;strokeColor=#A855F7;strokeWidth=1.5;rounded=0;" edge="1" parent="1" source="data-meta" target="data-cloud">
          <mxGeometry relative="1" as="geometry"/>
        </mxCell>
        <mxCell id="da2" style="edgeStyle=orthogonalEdgeStyle;orthogonalLoop=1;html=1;endArrow=block;endFill=1;strokeColor=#A855F7;strokeWidth=1.5;rounded=0;" edge="1" parent="1" source="data-cloud" target="data-sandbox">
          <mxGeometry relative="1" as="geometry"/>
        </mxCell>
        <mxCell id="da3" style="edgeStyle=orthogonalEdgeStyle;orthogonalLoop=1;html=1;endArrow=block;endFill=1;strokeColor=#A855F7;strokeWidth=1.5;rounded=0;" edge="1" parent="1" source="data-sandbox" target="data-viz">
          <mxGeometry relative="1" as="geometry"/>
        </mxCell>

        <!-- ================================================================ -->
        <!-- CONTAINER 5: DATA &amp; STORAGE LAYER                              -->
        <!-- ================================================================ -->
        <mxCell id="c5-boundary" value="" style="rounded=1;whiteSpace=wrap;html=1;dashed=1;dashPattern=8 4;fillColor=#F0FDF4;strokeColor=#6EE7B7;strokeWidth=2;arcSize=4;" vertex="1" parent="1">
          <mxGeometry x="1650" y="70" width="220" height="580" as="geometry"/>
        </mxCell>
        <mxCell id="c5-label" value="DATA &amp; STORAGE" style="text;html=1;strokeColor=none;fillColor=none;align=left;verticalAlign=top;fontSize=10;fontStyle=1;fontColor=#059669;letterSpacing=2;" vertex="1" parent="1">
          <mxGeometry x="1662" y="76" width="180" height="18" as="geometry"/>
        </mxCell>

        <!-- PostgreSQL -->
        <mxCell id="pg-box" value="" style="rounded=1;whiteSpace=wrap;html=1;fillColor=#FFFFFF;strokeColor=#6EE7B7;strokeWidth=1.5;arcSize=8;shadow=1;" vertex="1" parent="1">
          <mxGeometry x="1670" y="110" width="180" height="120" as="geometry"/>
        </mxCell>
        <mxCell id="pg-icon" value="" style="shape=mxgraph.aws4.database;fillColor=#336791;strokeColor=none;" vertex="1" parent="1">
          <mxGeometry x="1736" y="118" width="48" height="48" as="geometry"/>
        </mxCell>
        <mxCell id="pg-label" value="&lt;b style=&quot;color:#1E293B;font-size:13px&quot;&gt;PostgreSQL&lt;/b&gt;&lt;br&gt;&lt;font style=&quot;font-size:8px;color:#64748B&quot;&gt;pgvector extension&lt;br&gt;IVFFlat index&lt;br&gt;768-dim embeddings&lt;/font&gt;" style="text;html=1;strokeColor=none;fillColor=none;align=center;verticalAlign=top;" vertex="1" parent="1">
          <mxGeometry x="1675" y="168" width="170" height="55" as="geometry"/>
        </mxCell>

        <!-- LLM Dispatch -->
        <mxCell id="llm-box" value="" style="rounded=1;whiteSpace=wrap;html=1;fillColor=#FFFFFF;strokeColor=#6EE7B7;strokeWidth=1.5;arcSize=8;shadow=1;" vertex="1" parent="1">
          <mxGeometry x="1670" y="255" width="180" height="185" as="geometry"/>
        </mxCell>
        <mxCell id="llm-icon" value="" style="shape=mxgraph.aws4.resourceIcon;resIcon=mxgraph.aws4.sagemaker;fillColor=#2563EB;strokeColor=none;" vertex="1" parent="1">
          <mxGeometry x="1736" y="263" width="48" height="48" as="geometry"/>
        </mxCell>
        <mxCell id="llm-label" value="&lt;b style=&quot;color:#1E293B;font-size:12px&quot;&gt;LLM Dispatch&lt;/b&gt;&lt;br&gt;&lt;font style=&quot;font-size:8px;color:#64748B&quot;&gt;Hybrid local + cloud&lt;br&gt;Confidence threshold routing&lt;/font&gt;" style="text;html=1;strokeColor=none;fillColor=none;align=center;verticalAlign=top;" vertex="1" parent="1">
          <mxGeometry x="1675" y="313" width="170" height="45" as="geometry"/>
        </mxCell>
        <!-- LLM sub-items -->
        <mxCell id="llm-ollama" value="&lt;font style=&quot;font-size:8px;color:#1E293B&quot;&gt;&lt;b&gt;Ollama&lt;/b&gt; Qwen3.5:4b / 9b&lt;/font&gt;" style="rounded=1;whiteSpace=wrap;html=1;fillColor=#F1F5F9;strokeColor=#CBD5E1;strokeWidth=1;arcSize=6;" vertex="1" parent="1">
          <mxGeometry x="1682" y="362" width="156" height="22" as="geometry"/>
        </mxCell>
-         <mxCell id="llm-llama" value="&lt;font style=&quot;font-size:8px;color:#1E293B&quot;&gt;&lt;b&gt;llama.cpp&lt;/b&gt; Metal accel.&lt;/font&gt;" style="rounded=1;whiteSpace=wrap;html=1;fillColor=#F1F5F9;strokeColor=#CBD5E1;strokeWidth=1;arcSize=6;" vertex="1" parent="1">
+         <mxCell id="llm-cloud-api" value="&lt;font style=&quot;font-size:8px;color:#1E293B&quot;&gt;&lt;b&gt;Cloud&lt;/b&gt; Zhipu / Groq (fallback)&lt;/font&gt;" style="rounded=1;whiteSpace=wrap;html=1;fillColor=#F1F5F9;strokeColor=#CBD5E1;strokeWidth=1;arcSize=6;" vertex="1" parent="1">
          <mxGeometry x="1682" y="390" width="156" height="22" as="geometry"/>
-         </mxCell>
-         <mxCell id="llm-cloud-api" value="&lt;font style=&quot;font-size:8px;color:#1E293B&quot;&gt;&lt;b&gt;Cloud&lt;/b&gt; Zhipu / Groq&lt;/font&gt;" style="rounded=1;whiteSpace=wrap;html=1;fillColor=#F1F5F9;strokeColor=#CBD5E1;strokeWidth=1;arcSize=6;" vertex="1" parent="1">
-           <mxGeometry x="1682" y="418" width="156" height="22" as="geometry"/>
        </mxCell>

        <!-- Document Store -->
        <mxCell id="doc-box" value="" style="rounded=1;whiteSpace=wrap;html=1;fillColor=#FFFFFF;strokeColor=#6EE7B7;strokeWidth=1;arcSize=8;" vertex="1" parent="1">
          <mxGeometry x="1670" y="465" width="180" height="70" as="geometry"/>
        </mxCell>
        <mxCell id="doc-icon" value="" style="shape=mxgraph.aws4.database;fillColor=#F59E0B;strokeColor=none;" vertex="1" parent="1">
          <mxGeometry x="1678" y="475" width="28" height="28" as="geometry"/>
        </mxCell>
-         <mxCell id="doc-label" value="&lt;b style=&quot;color:#1E293B;font-size:11px&quot;&gt;Document Store&lt;/b&gt;&lt;br&gt;&lt;font style=&quot;font-size:8px;color:#64748B&quot;&gt;~12 construction docs&lt;br&gt;PDF, CSV, images&lt;/font&gt;" style="text;html=1;strokeColor=none;fillColor=none;align=center;verticalAlign=middle;" vertex="1" parent="1">
-           <mxGeometry x="1700" y="470" width="140" height="60" as="geometry"/>
+         <mxCell id="doc-label" value="&lt;b style=&quot;color:#1E293B;font-size:11px&quot;&gt;Document Store&lt;/b&gt;&lt;br&gt;&lt;font style=&quot;font-size:8px;color:#64748B&quot;&gt;28 construction docs&lt;br&gt;(21 processed, 7 missing)&lt;br&gt;PDF, CSV, images&lt;/font&gt;" style="text;html=1;strokeColor=none;fillColor=none;align=center;verticalAlign=middle;" vertex="1" parent="1">
+           <mxGeometry x="1700" y="468" width="140" height="65" as="geometry"/>
        </mxCell>

        <!-- Audit Log DB -->
        <mxCell id="audit-db-box" value="" style="rounded=1;whiteSpace=wrap;html=1;fillColor=#FFFFFF;strokeColor=#6EE7B7;strokeWidth=1;arcSize=8;" vertex="1" parent="1">
          <mxGeometry x="1670" y="560" width="180" height="55" as="geometry"/>
        </mxCell>
        <mxCell id="audit-db-label" value="&lt;b style=&quot;color:#1E293B;font-size:11px&quot;&gt;Audit Log&lt;/b&gt;&lt;br&gt;&lt;font style=&quot;font-size:8px;color:#64748B&quot;&gt;Tenant-aware usage tracking&lt;/font&gt;" style="text;html=1;strokeColor=none;fillColor=none;align=center;verticalAlign=middle;" vertex="1" parent="1">
          <mxGeometry x="1670" y="560" width="180" height="55" as="geometry"/>
        </mxCell>

        <!-- ================================================================ -->
        <!-- CONTAINER 6: OBSERVABILITY / PLATFORM                            -->
        <!-- ================================================================ -->
        <mxCell id="c6-boundary" value="" style="rounded=1;whiteSpace=wrap;html=1;dashed=1;dashPattern=8 4;fillColor=#FFF7ED;strokeColor=#FDBA74;strokeWidth=2;arcSize=4;" vertex="1" parent="1">
          <mxGeometry x="760" y="690" width="850" height="100" as="geometry"/>
        </mxCell>
        <mxCell id="c6-label" value="OBSERVABILITY / PLATFORM" style="text;html=1;strokeColor=none;fillColor=none;align=left;verticalAlign=top;fontSize=10;fontStyle=1;fontColor=#EA580C;letterSpacing=2;" vertex="1" parent="1">
          <mxGeometry x="772" y="696" width="260" height="18" as="geometry"/>
        </mxCell>

        <!-- Prometheus -->
        <mxCell id="prom-box" value="" style="rounded=1;whiteSpace=wrap;html=1;fillColor=#FFFFFF;strokeColor=#FDBA74;strokeWidth=1;arcSize=8;" vertex="1" parent="1">
          <mxGeometry x="790" y="720" width="200" height="55" as="geometry"/>
        </mxCell>
        <mxCell id="prom-label" value="&lt;b style=&quot;color:#1E293B;font-size:11px&quot;&gt;Prometheus Metrics&lt;/b&gt;&lt;br&gt;&lt;font style=&quot;font-size:8px;color:#64748B&quot;&gt;HTTP counters, LLM latency, node histograms&lt;/font&gt;" style="text;html=1;strokeColor=none;fillColor=none;align=center;verticalAlign=middle;" vertex="1" parent="1">
          <mxGeometry x="790" y="720" width="200" height="55" as="geometry"/>
        </mxCell>

        <!-- Docker Runtime -->
        <mxCell id="docker-box" value="" style="rounded=1;whiteSpace=wrap;html=1;fillColor=#FFFFFF;strokeColor=#FDBA74;strokeWidth=1;arcSize=8;" vertex="1" parent="1">
          <mxGeometry x="1030" y="720" width="200" height="55" as="geometry"/>
        </mxCell>
        <mxCell id="docker-label" value="&lt;b style=&quot;color:#1E293B;font-size:11px&quot;&gt;Docker Runtime&lt;/b&gt;&lt;br&gt;&lt;font style=&quot;font-size:8px;color:#64748B&quot;&gt;Docker + E2B sandbox for code execution&lt;/font&gt;" style="text;html=1;strokeColor=none;fillColor=none;align=center;verticalAlign=middle;" vertex="1" parent="1">
          <mxGeometry x="1030" y="720" width="200" height="55" as="geometry"/>
        </mxCell>

        <!-- Demo Mode -->
        <mxCell id="demo-box" value="" style="rounded=1;whiteSpace=wrap;html=1;fillColor=#FFFFFF;strokeColor=#FDBA74;strokeWidth=1;arcSize=8;" vertex="1" parent="1">
          <mxGeometry x="1270" y="720" width="200" height="55" as="geometry"/>
        </mxCell>
        <mxCell id="demo-label" value="&lt;b style=&quot;color:#1E293B;font-size:11px&quot;&gt;Demo Mode&lt;/b&gt;&lt;br&gt;&lt;font style=&quot;font-size:8px;color:#64748B&quot;&gt;Bypass auth/rate limits for showcase&lt;/font&gt;" style="text;html=1;strokeColor=none;fillColor=none;align=center;verticalAlign=middle;" vertex="1" parent="1">
          <mxGeometry x="1270" y="720" width="200" height="55" as="geometry"/>
        </mxCell>

        <!-- ================================================================ -->
        <!-- CROSS-CONTAINER CONNECTIONS                                       -->
        <!-- ================================================================ -->

        <!-- Client → FastAPI (solid, HTTPS) -->
        <mxCell id="e-client-gw" value="HTTPS" style="edgeStyle=orthogonalEdgeStyle;orthogonalLoop=1;html=1;endArrow=block;endFill=1;strokeColor=#334155;strokeWidth=2;rounded=0;labelBackgroundColor=#FFFFFF;fontSize=8;fontColor=#64748B;" edge="1" parent="1" source="client-box" target="fastapi-box">
          <mxGeometry relative="1" as="geometry"/>
        </mxCell>

        <!-- Security → Intent Classifier (solid) -->
        <mxCell id="e-gw-orch" value="REST API" style="edgeStyle=orthogonalEdgeStyle;orthogonalLoop=1;html=1;endArrow=block;endFill=1;strokeColor=#334155;strokeWidth=2;rounded=0;labelBackgroundColor=#FFFFFF;fontSize=8;fontColor=#64748B;" edge="1" parent="1" source="sec-box" target="intent-box">
          <mxGeometry relative="1" as="geometry"/>
        </mxCell>

        <!-- Router → RAG (Path A) — solid blue -->
        <mxCell id="e-route-rag" value="RAG" style="edgeStyle=orthogonalEdgeStyle;orthogonalLoop=1;html=1;endArrow=block;endFill=1;strokeColor=#2563EB;strokeWidth=2;rounded=0;labelBackgroundColor=#FFFFFF;fontSize=9;fontColor=#2563EB;fontStyle=1;" edge="1" parent="1" source="route-box" target="rag-embed">
          <mxGeometry relative="1" as="geometry">
            <Array as="points">
              <mxPoint x="740" y="257"/>
              <mxPoint x="740" y="173"/>
            </Array>
          </mxGeometry>
        </mxCell>

        <!-- Router → Cost (Path B) — solid green -->
        <mxCell id="e-route-cost" value="Cost" style="edgeStyle=orthogonalEdgeStyle;orthogonalLoop=1;html=1;endArrow=block;endFill=1;strokeColor=#16A34A;strokeWidth=2;rounded=0;labelBackgroundColor=#FFFFFF;fontSize=9;fontColor=#16A34A;fontStyle=1;" edge="1" parent="1" source="route-box" target="cost-feat">
          <mxGeometry relative="1" as="geometry">
            <Array as="points">
              <mxPoint x="750" y="257"/>
              <mxPoint x="750" y="383"/>
            </Array>
          </mxGeometry>
        </mxCell>

        <!-- Router → Data Analysis (Path C) — solid purple -->
        <mxCell id="e-route-data" value="Analysis" style="edgeStyle=orthogonalEdgeStyle;orthogonalLoop=1;html=1;endArrow=block;endFill=1;strokeColor=#9333EA;strokeWidth=2;rounded=0;labelBackgroundColor=#FFFFFF;fontSize=9;fontColor=#9333EA;fontStyle=1;" edge="1" parent="1" source="route-box" target="data-meta">
          <mxGeometry relative="1" as="geometry">
            <Array as="points">
              <mxPoint x="730" y="257"/>
              <mxPoint x="730" y="550"/>
            </Array>
          </mxGeometry>
        </mxCell>

        <!-- Hybrid Search → PostgreSQL (dotted, Vector Query) -->
        <mxCell id="e-rag-pg" value="Vector Query" style="edgeStyle=orthogonalEdgeStyle;orthogonalLoop=1;html=1;endArrow=block;endFill=1;strokeColor=#336791;strokeWidth=1.5;dashed=1;dashPattern=3 3;rounded=0;labelBackgroundColor=#FFFFFF;fontSize=7;fontColor=#336791;" edge="1" parent="1" source="rag-search" target="pg-box">
          <mxGeometry relative="1" as="geometry">
            <Array as="points">
              <mxPoint x="985" y="228"/>
              <mxPoint x="1630" y="228"/>
              <mxPoint x="1630" y="170"/>
            </Array>
          </mxGeometry>
        </mxCell>

        <!-- LLM Generate → LLM Dispatch (dashed, LLM Inference) -->
        <mxCell id="e-rag-llm" value="LLM Inference" style="edgeStyle=orthogonalEdgeStyle;orthogonalLoop=1;html=1;endArrow=block;endFill=1;strokeColor=#7C3AED;strokeWidth=1.5;dashed=1;rounded=0;labelBackgroundColor=#FFFFFF;fontSize=7;fontColor=#7C3AED;" edge="1" parent="1" source="rag-llm" target="llm-box">
          <mxGeometry relative="1" as="geometry">
            <Array as="points">
              <mxPoint x="1245" y="250"/>
              <mxPoint x="1640" y="250"/>
              <mxPoint x="1640" y="348"/>
            </Array>
          </mxGeometry>
        </mxCell>

        <!-- Cloud LLM → LLM Dispatch (dashed, Code Gen) -->
        <mxCell id="e-data-llm" value="Code Gen" style="edgeStyle=orthogonalEdgeStyle;orthogonalLoop=1;html=1;endArrow=block;endFill=1;strokeColor=#9333EA;strokeWidth=1.5;dashed=1;rounded=0;labelBackgroundColor=#FFFFFF;fontSize=7;fontColor=#9333EA;" edge="1" parent="1" source="data-cloud" target="llm-box">
          <mxGeometry relative="1" as="geometry">
            <Array as="points">
              <mxPoint x="1025" y="600"/>
              <mxPoint x="1640" y="600"/>
              <mxPoint x="1640" y="348"/>
            </Array>
          </mxGeometry>
        </mxCell>

        <!-- Memory → PostgreSQL (dotted) -->
        <mxCell id="e-mem-pg" value="Read/Write" style="edgeStyle=orthogonalEdgeStyle;orthogonalLoop=1;html=1;endArrow=block;endFill=1;strokeColor=#D97706;strokeWidth=1;dashed=1;dashPattern=3 3;rounded=0;labelBackgroundColor=#FFFFFF;fontSize=7;fontColor=#D97706;" edge="1" parent="1" source="mem-box" target="pg-box">
          <mxGeometry relative="1" as="geometry">
            <Array as="points">
              <mxPoint x="610" y="880"/>
              <mxPoint x="1760" y="880"/>
              <mxPoint x="1760" y="230"/>
            </Array>
          </mxGeometry>
        </mxCell>

        <!-- Ingestion → PostgreSQL (dotted, Store Embedding) -->
        <mxCell id="e-ingest-pg" value="Store Embedding" style="edgeStyle=orthogonalEdgeStyle;orthogonalLoop=1;html=1;endArrow=block;endFill=1;strokeColor=#2563EB;strokeWidth=1;dashed=1;dashPattern=3 3;rounded=0;labelBackgroundColor=#FFFFFF;fontSize=7;fontColor=#2563EB;" edge="1" parent="1" source="rag-ingest" target="pg-box">
          <mxGeometry relative="1" as="geometry">
            <Array as="points">
              <mxPoint x="1450" y="260"/>
              <mxPoint x="1630" y="260"/>
              <mxPoint x="1630" y="150"/>
            </Array>
          </mxGeometry>
        </mxCell>

        <!-- Intent → LLM Dispatch (dashed, Classification) -->
        <mxCell id="e-intent-llm" value="LLM Classify" style="edgeStyle=orthogonalEdgeStyle;orthogonalLoop=1;html=1;endArrow=block;endFill=1;strokeColor=#7C3AED;strokeWidth=1;dashed=1;rounded=0;labelBackgroundColor=#FFFFFF;fontSize=7;fontColor=#7C3AED;" edge="1" parent="1" source="intent-box" target="llm-box">
          <mxGeometry relative="1" as="geometry">
            <Array as="points">
              <mxPoint x="610" y="96"/>
              <mxPoint x="1760" y="96"/>
              <mxPoint x="1760" y="255"/>
            </Array>
          </mxGeometry>
        </mxCell>

        <!-- ================================================================ -->
        <!-- LEGEND (bottom-left)                                             -->
        <!-- ================================================================ -->
        <mxCell id="legend-box" value="" style="rounded=1;whiteSpace=wrap;html=1;fillColor=#FFFFFF;strokeColor=#CBD5E1;strokeWidth=1;arcSize=6;" vertex="1" parent="1">
          <mxGeometry x="30" y="900" width="550" height="160" as="geometry"/>
        </mxCell>
        <mxCell id="legend-title" value="&lt;b style=&quot;font-size:11px;color:#1E293B;letter-spacing:1px&quot;&gt;LEGEND&lt;/b&gt;" style="text;html=1;strokeColor=none;fillColor=none;align=left;verticalAlign=middle;" vertex="1" parent="1">
          <mxGeometry x="45" y="908" width="80" height="18" as="geometry"/>
        </mxCell>

        <!-- Legend: Pipelines -->
        <mxCell id="leg-a-color" value="" style="rounded=1;whiteSpace=wrap;html=1;fillColor=#2563EB;strokeColor=none;" vertex="1" parent="1">
          <mxGeometry x="45" y="936" width="20" height="12" as="geometry"/>
        </mxCell>
        <mxCell id="leg-a-text" value="&lt;font style=&quot;font-size:9px;color:#1E293B&quot;&gt;&lt;b&gt;Path A&lt;/b&gt; — RAG Knowledge QA (hybrid retrieval + reranking + LLM generation)&lt;/font&gt;" style="text;html=1;strokeColor=none;fillColor=none;align=left;verticalAlign=middle;" vertex="1" parent="1">
          <mxGeometry x="72" y="930" width="460" height="22" as="geometry"/>
        </mxCell>
        <mxCell id="leg-b-color" value="" style="rounded=1;whiteSpace=wrap;html=1;fillColor=#16A34A;strokeColor=none;" vertex="1" parent="1">
          <mxGeometry x="45" y="958" width="20" height="12" as="geometry"/>
        </mxCell>
-         <mxCell id="leg-b-text" value="&lt;font style=&quot;font-size:9px;color:#1E293B&quot;&gt;&lt;b&gt;Path B&lt;/b&gt; — Cost Estimation (Ridge regression on construction cost data)&lt;/font&gt;" style="text;html=1;strokeColor=none;fillColor=none;align=left;verticalAlign=middle;" vertex="1" parent="1">
+         <mxCell id="leg-b-text" value="&lt;font style=&quot;font-size:9px;color:#1E293B&quot;&gt;&lt;b&gt;Path B&lt;/b&gt; — Cost Estimation (CatBoost + Ridge dual model + SHAP explainability)&lt;/font&gt;" style="text;html=1;strokeColor=none;fillColor=none;align=left;verticalAlign=middle;" vertex="1" parent="1">
          <mxGeometry x="72" y="952" width="460" height="22" as="geometry"/>
        </mxCell>
        <mxCell id="leg-c-color" value="" style="rounded=1;whiteSpace=wrap;html=1;fillColor=#9333EA;strokeColor=none;" vertex="1" parent="1">
          <mxGeometry x="45" y="980" width="20" height="12" as="geometry"/>
        </mxCell>
-         <mxCell id="leg-c-text" value="&lt;font style=&quot;font-size:9px;color:#1E293B&quot;&gt;&lt;b&gt;Path C&lt;/b&gt; — Dynamic Data Analysis (Zhipu/Groq code gen + Docker/E2B sandbox)&lt;/font&gt;" style="text;html=1;strokeColor=none;fillColor=none;align=left;verticalAlign=middle;" vertex="1" parent="1">
+         <mxCell id="leg-c-text" value="&lt;font style=&quot;font-size:9px;color:#1E293B&quot;&gt;&lt;b&gt;Path C&lt;/b&gt; — Dynamic Data Analysis (Groq/Zhipu code gen + Docker/E2B sandbox + 6-node SSE)&lt;/font&gt;" style="text;html=1;strokeColor=none;fillColor=none;align=left;verticalAlign=middle;" vertex="1" parent="1">
          <mxGeometry x="72" y="974" width="460" height="22" as="geometry"/>
        </mxCell>

        <!-- Legend: Arrow styles -->
        <mxCell id="leg-solid-line" value="" style="endArrow=block;endFill=1;html=1;strokeColor=#334155;strokeWidth=2;" edge="1" parent="1">
          <mxGeometry relative="1" as="geometry">
            <mxPoint x="45" y="1005" as="sourcePoint"/>
            <mxPoint x="65" y="1005" as="targetPoint"/>
          </mxGeometry>
        </mxCell>
        <mxCell id="leg-solid-text" value="&lt;font style=&quot;font-size:9px;color:#1E293B&quot;&gt;&lt;b&gt;Solid&lt;/b&gt; — Synchronous REST API calls&lt;/font&gt;" style="text;html=1;strokeColor=none;fillColor=none;align=left;verticalAlign=middle;" vertex="1" parent="1">
          <mxGeometry x="72" y="996" width="300" height="22" as="geometry"/>
        </mxCell>
        <mxCell id="leg-dashed-line" value="" style="endArrow=block;endFill=1;html=1;strokeColor=#7C3AED;strokeWidth=1.5;dashed=1;" edge="1" parent="1">
          <mxGeometry relative="1" as="geometry">
            <mxPoint x="45" y="1027" as="sourcePoint"/>
            <mxPoint x="65" y="1027" as="targetPoint"/>
          </mxGeometry>
        </mxCell>
        <mxCell id="leg-dashed-text" value="&lt;font style=&quot;font-size:9px;color:#1E293B&quot;&gt;&lt;b&gt;Dashed&lt;/b&gt; — Async / LLM inference calls&lt;/font&gt;" style="text;html=1;strokeColor=none;fillColor=none;align=left;verticalAlign=middle;" vertex="1" parent="1">
          <mxGeometry x="72" y="1018" width="300" height="22" as="geometry"/>
        </mxCell>
        <mxCell id="leg-dotted-line" value="" style="endArrow=block;endFill=1;html=1;strokeColor=#336791;strokeWidth=1;dashed=1;dashPattern=3 3;" edge="1" parent="1">
          <mxGeometry relative="1" as="geometry">
            <mxPoint x="45" y="1049" as="sourcePoint"/>
            <mxPoint x="65" y="1049" as="targetPoint"/>
          </mxGeometry>
        </mxCell>
        <mxCell id="leg-dotted-text" value="&lt;font style=&quot;font-size:9px;color:#1E293B&quot;&gt;&lt;b&gt;Dotted&lt;/b&gt; — Database access (vector queries, storage, logging)&lt;/font&gt;" style="text;html=1;strokeColor=none;fillColor=none;align=left;verticalAlign=middle;" vertex="1" parent="1">
          <mxGeometry x="72" y="1040" width="360" height="22" as="geometry"/>
        </mxCell>

        <!-- ================================================================ -->
        <!-- TECH STACK (bottom-right)                                        -->
        <!-- ================================================================ -->
        <mxCell id="tech-box" value="" style="rounded=1;whiteSpace=wrap;html=1;fillColor=#FFFFFF;strokeColor=#CBD5E1;strokeWidth=1;arcSize=6;" vertex="1" parent="1">
          <mxGeometry x="1480" y="900" width="390" height="160" as="geometry"/>
        </mxCell>
        <mxCell id="tech-title" value="&lt;b style=&quot;font-size:11px;color:#1E293B;letter-spacing:1px&quot;&gt;TECH STACK&lt;/b&gt;" style="text;html=1;strokeColor=none;fillColor=none;align=left;verticalAlign=middle;" vertex="1" parent="1">
          <mxGeometry x="1495" y="908" width="100" height="18" as="geometry"/>
        </mxCell>
-         <mxCell id="tech-content" value="&lt;font style=&quot;font-size:8px;color:#475569;line-height:1.6&quot;&gt;&lt;b&gt;LLM:&lt;/b&gt; Qwen3.5:4b / 9b (Ollama) + llama.cpp Metal + Cloud APIs&lt;br&gt;&lt;b&gt;Embeddings:&lt;/b&gt; nomic-embed-text-v1.5 (768-dim, local)&lt;br&gt;&lt;b&gt;Vector DB:&lt;/b&gt; PostgreSQL + pgvector (IVFFlat index)&lt;br&gt;&lt;b&gt;Reranking:&lt;/b&gt; bge-reranker-base cross-encoder&lt;br&gt;&lt;b&gt;OCR:&lt;/b&gt; PaddleOCR (Python 3.13.x nightly)&lt;br&gt;&lt;b&gt;Backend:&lt;/b&gt; FastAPI + LangChain / LangGraph State Graph&lt;br&gt;&lt;b&gt;Frontend:&lt;/b&gt; Next.js + TypeScript (App Router)&lt;br&gt;&lt;b&gt;Sandbox:&lt;/b&gt; Docker containerized Python execution&lt;/font&gt;" style="text;html=1;strokeColor=none;fillColor=none;align=left;verticalAlign=top;" vertex="1" parent="1">
-           <mxGeometry x="1495" y="930" width="360" height="120" as="geometry"/>
+         <mxCell id="tech-content" value="&lt;font style=&quot;font-size:8px;color:#475569;line-height:1.6&quot;&gt;&lt;b&gt;LLM:&lt;/b&gt; Qwen3.5:4b / 9b (Ollama, Metal GPU) + Zhipu / Groq Cloud&lt;br&gt;&lt;b&gt;Embeddings:&lt;/b&gt; nomic-embed-text-v1.5 (768-dim, fastembed)&lt;br&gt;&lt;b&gt;Vector DB:&lt;/b&gt; PostgreSQL + pgvector (IVFFlat index)&lt;br&gt;&lt;b&gt;Reranking:&lt;/b&gt; bge-reranker-base cross-encoder&lt;br&gt;&lt;b&gt;Cost ML:&lt;/b&gt; CatBoost 1.2 + SHAP TreeExplainer + Ridge&lt;br&gt;&lt;b&gt;OCR:&lt;/b&gt; PaddleOCR (Python 3.13.x)&lt;br&gt;&lt;b&gt;Backend:&lt;/b&gt; FastAPI + LangGraph State Graph (11-node intent + 10-node pipeline)&lt;br&gt;&lt;b&gt;Frontend:&lt;/b&gt; Next.js 16 + TypeScript (App Router, port 3123)&lt;br&gt;&lt;b&gt;Sandbox:&lt;/b&gt; Docker + E2B code execution sandbox&lt;/font&gt;" style="text;html=1;strokeColor=none;fillColor=none;align=left;verticalAlign=top;" vertex="1" parent="1">
+           <mxGeometry x="1495" y="930" width="360" height="125" as="geometry"/>
        </mxCell>

        <!-- C4 Notation -->
-         <mxCell id="c4-notation" value="&lt;font style=&quot;font-size:8px;color:#94A3B8&quot;&gt;C4 Container Diagram (Level 2) — Industry AI Flow v1.0&lt;/font&gt;" style="text;html=1;strokeColor=none;fillColor=none;align=right;verticalAlign=middle;" vertex="1" parent="1">
-           <mxGeometry x="1650" y="1080" width="340" height="20" as="geometry"/>
+         <mxCell id="c4-notation" value="&lt;font style=&quot;font-size:8px;color:#94A3B8&quot;&gt;C4 Container Diagram (Level 2) — Industry AI Flow v2.0 — Updated 2026-03-24&lt;/font&gt;" style="text;html=1;strokeColor=none;fillColor=none;align=right;verticalAlign=middle;" vertex="1" parent="1">
+           <mxGeometry x="1600" y="1080" width="400" height="20" as="geometry"/>
        </mxCell>

      </root>
    </mxGraphModel>
  </diagram>
</mxfile>
